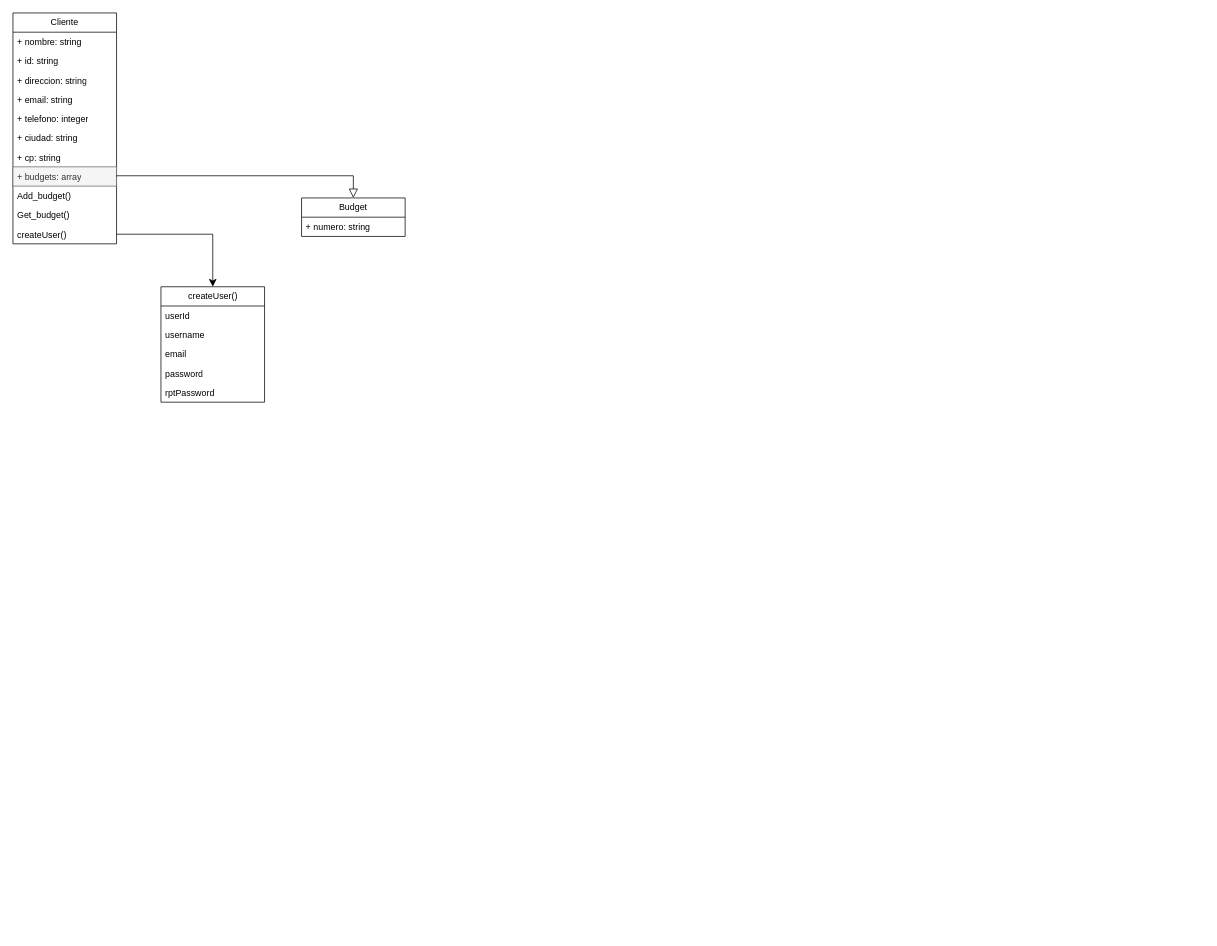
Above: diagrams/Class_diagram.drawio in davidcastagnetoa/ReformBudget (draw.io), before the change. Source tidied: cells renumbered, new cells numbered last; positions are measured from the earlier drawing's top-left corner, leaving out a move shared by most shapes. Both pictures are drawn from the tidied source at 74%, with x=0, y=0 at pixel (13, 13).
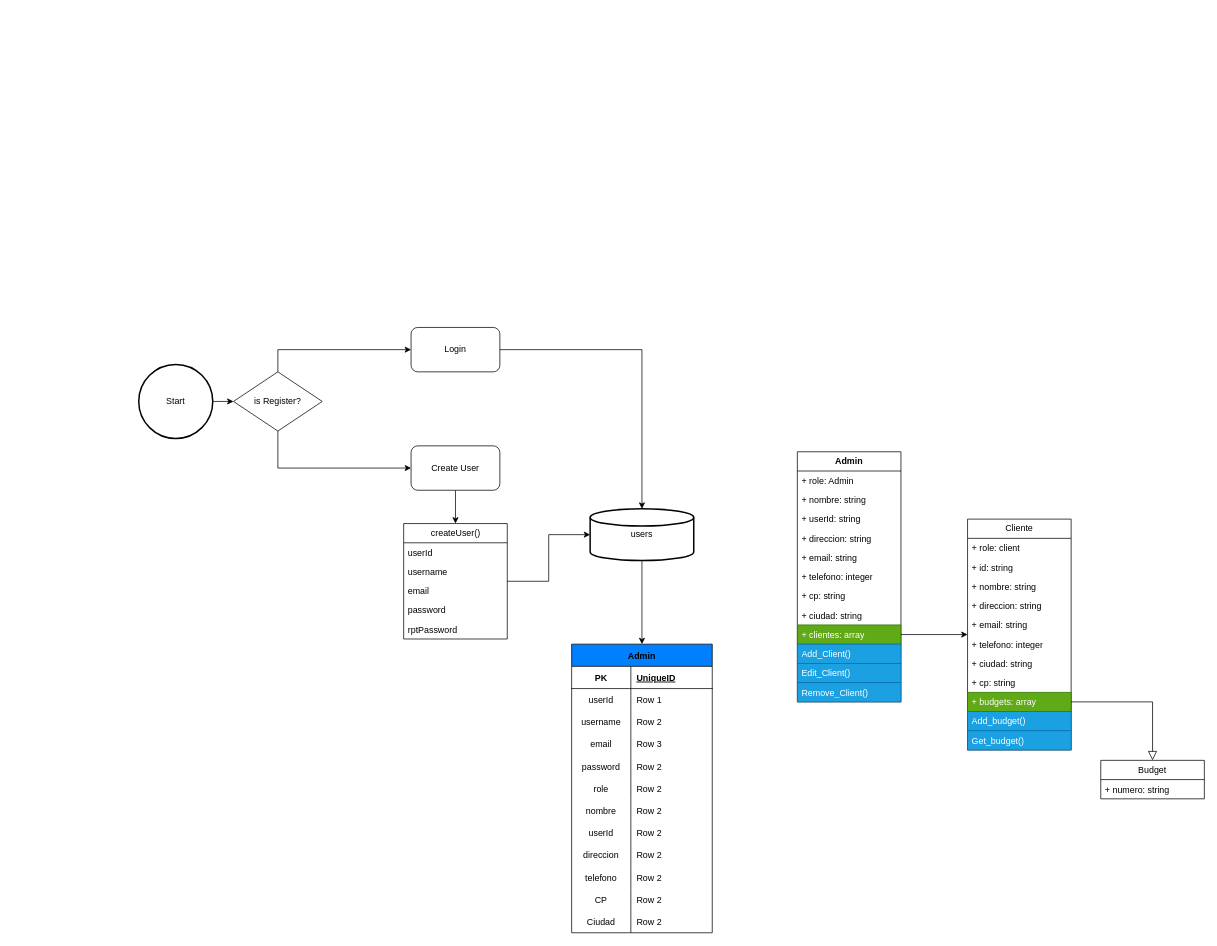
The same page after the edit.

Commit message:
Diagram class upgrade

Change to the diagram source:
```diff
@@
     <mxCell id="2" value="Cliente" style="swimlane;fontStyle=0;horizontal=1;startSize=26;fillColor=none;whiteSpace=wrap;html=1;" parent="1" vertex="1">
-      <mxGeometry width="140" height="312" as="geometry" />
+      <mxGeometry x="1290" y="684" width="140" height="312" as="geometry" />
     </mxCell>
+    <mxCell id="24" value="+ role: client" style="text;strokeColor=none;fillColor=none;align=left;verticalAlign=top;spacingLeft=4;spacingRight=4;overflow=hidden;whiteSpace=wrap;html=1;" parent="2" vertex="1">
+      <mxGeometry y="26" width="140" height="26" as="geometry" />
+    </mxCell>
+    <mxCell id="4" value="+ id: string" style="text;strokeColor=none;fillColor=none;align=left;verticalAlign=top;spacingLeft=4;spacingRight=4;overflow=hidden;whiteSpace=wrap;html=1;" parent="2" vertex="1">
+      <mxGeometry y="52" width="140" height="26" as="geometry" />
+    </mxCell>
     <mxCell id="3" value="+ nombre: string" style="text;strokeColor=none;fillColor=none;align=left;verticalAlign=top;spacingLeft=4;spacingRight=4;overflow=hidden;whiteSpace=wrap;html=1;" parent="2" vertex="1">
-      <mxGeometry y="26" width="140" height="26" as="geometry" />
+      <mxGeometry y="78" width="140" height="26" as="geometry" />
     </mxCell>
-    <mxCell id="4" value="+ id: string" style="text;strokeColor=none;fillColor=none;align=left;verticalAlign=top;spacingLeft=4;spacingRight=4;overflow=hidden;whiteSpace=wrap;html=1;" parent="2" vertex="1">
-      <mxGeometry y="52" width="140" height="26" as="geometry" />
-    </mxCell>
     <mxCell id="5" value="+ direccion: string" style="text;strokeColor=none;fillColor=none;align=left;verticalAlign=top;spacingLeft=4;spacingRight=4;overflow=hidden;whiteSpace=wrap;html=1;" parent="2" vertex="1">
-      <mxGeometry y="78" width="140" height="26" as="geometry" />
+      <mxGeometry y="104" width="140" height="26" as="geometry" />
     </mxCell>
     <mxCell id="6" value="+ email: string" style="text;strokeColor=none;fillColor=none;align=left;verticalAlign=top;spacingLeft=4;spacingRight=4;overflow=hidden;whiteSpace=wrap;html=1;" parent="2" vertex="1">
-      <mxGeometry y="104" width="140" height="26" as="geometry" />
+      <mxGeometry y="130" width="140" height="26" as="geometry" />
     </mxCell>
     <mxCell id="7" value="+ telefono: integer" style="text;strokeColor=none;fillColor=none;align=left;verticalAlign=top;spacingLeft=4;spacingRight=4;overflow=hidden;whiteSpace=wrap;html=1;" parent="2" vertex="1">
-      <mxGeometry y="130" width="140" height="26" as="geometry" />
+      <mxGeometry y="156" width="140" height="26" as="geometry" />
     </mxCell>
     <mxCell id="8" value="+ ciudad: string" style="text;strokeColor=none;fillColor=none;align=left;verticalAlign=top;spacingLeft=4;spacingRight=4;overflow=hidden;whiteSpace=wrap;html=1;" parent="2" vertex="1">
-      <mxGeometry y="156" width="140" height="26" as="geometry" />
+      <mxGeometry y="182" width="140" height="26" as="geometry" />
     </mxCell>
     <mxCell id="9" value="+ cp: string" style="text;strokeColor=none;fillColor=none;align=left;verticalAlign=top;spacingLeft=4;spacingRight=4;overflow=hidden;whiteSpace=wrap;html=1;" parent="2" vertex="1">
-      <mxGeometry y="182" width="140" height="26" as="geometry" />
+      <mxGeometry y="208" width="140" height="26" as="geometry" />
     </mxCell>
-    <mxCell id="10" value="+ budgets: array" style="text;align=left;verticalAlign=top;spacingLeft=4;spacingRight=4;overflow=hidden;points=[[0,0.5],[1,0.5]];portConstraint=eastwest;whiteSpace=wrap;html=1;fillColor=#f5f5f5;strokeColor=#666666;fontColor=#333333;" parent="2" vertex="1">
-      <mxGeometry y="208" width="140" height="26" as="geometry" />
+    <mxCell id="10" value="+ budgets: array" style="text;align=left;verticalAlign=top;spacingLeft=4;spacingRight=4;overflow=hidden;points=[[0,0.5],[1,0.5]];portConstraint=eastwest;whiteSpace=wrap;html=1;fillColor=#60a917;fontColor=#ffffff;strokeColor=#2D7600;" parent="2" vertex="1">
+      <mxGeometry y="234" width="140" height="26" as="geometry" />
     </mxCell>
-    <mxCell id="11" value="Add_budget()" style="text;align=left;verticalAlign=top;spacingLeft=4;spacingRight=4;overflow=hidden;whiteSpace=wrap;html=1;" parent="2" vertex="1">
-      <mxGeometry y="234" width="140" height="26" as="geometry" />
+    <mxCell id="11" value="Add_budget()" style="text;align=left;verticalAlign=top;spacingLeft=4;spacingRight=4;overflow=hidden;whiteSpace=wrap;html=1;fillColor=#1ba1e2;fontColor=#ffffff;strokeColor=#006EAF;" parent="2" vertex="1">
+      <mxGeometry y="260" width="140" height="26" as="geometry" />
     </mxCell>
-    <mxCell id="12" value="Get_budget()" style="text;align=left;verticalAlign=top;spacingLeft=4;spacingRight=4;overflow=hidden;whiteSpace=wrap;html=1;" parent="2" vertex="1">
-      <mxGeometry y="260" width="140" height="26" as="geometry" />
+    <mxCell id="12" value="Get_budget()" style="text;align=left;verticalAlign=top;spacingLeft=4;spacingRight=4;overflow=hidden;whiteSpace=wrap;html=1;fillColor=#1ba1e2;fontColor=#ffffff;strokeColor=#006EAF;" parent="2" vertex="1">
+      <mxGeometry y="286" width="140" height="26" as="geometry" />
     </mxCell>
-    <mxCell id="13" value="&lt;span style=&quot;text-align: center;&quot;&gt;createUser()&lt;/span&gt;" style="text;align=left;verticalAlign=top;spacingLeft=4;spacingRight=4;overflow=hidden;points=[[0,0.5],[1,0.5]];portConstraint=eastwest;whiteSpace=wrap;html=1;" parent="2" vertex="1">
-      <mxGeometry y="286" width="140" height="26" as="geometry" />
-    </mxCell>
     <mxCell id="14" value="Budget" style="swimlane;fontStyle=0;horizontal=1;startSize=26;fillColor=none;whiteSpace=wrap;html=1;" parent="1" vertex="1">
-      <mxGeometry x="390" y="250" width="140" height="52" as="geometry" />
+      <mxGeometry x="1470" y="1010" width="140" height="52" as="geometry" />
     </mxCell>
@@
-    <mxCell id="16" style="endArrow=block;endSize=10;endFill=0;shadow=0;strokeWidth=1;rounded=0;edgeStyle=elbowEdgeStyle;elbow=vertical;exitX=1;exitY=0.5;exitDx=0;exitDy=0;entryX=0.5;entryY=0;entryDx=0;entryDy=0;" parent="1" edge="1" source="10" target="14">
-      <mxGeometry relative="1" as="geometry">
-        <Array as="points">
-          <mxPoint x="310" y="220" />
-        </Array>
-      </mxGeometry>
+    <mxCell id="16" style="endArrow=block;endSize=10;endFill=0;shadow=0;strokeWidth=1;rounded=0;edgeStyle=orthogonalEdgeStyle;elbow=vertical;exitX=1;exitY=0.5;exitDx=0;exitDy=0;entryX=0.5;entryY=0;entryDx=0;entryDy=0;" parent="1" edge="1" source="10" target="14">
+      <mxGeometry relative="1" as="geometry" />
     </mxCell>
+    <mxCell id="25" style="edgeStyle=orthogonalEdgeStyle;rounded=0;html=1;entryX=0;entryY=0.5;entryDx=0;entryDy=0;entryPerimeter=0;" parent="1" edge="1" source="17" target="27">
+      <mxGeometry relative="1" as="geometry" />
+    </mxCell>
     <mxCell id="17" value="createUser()" style="swimlane;fontStyle=0;horizontal=1;startSize=26;fillColor=none;html=1;" parent="1" vertex="1">
-      <mxGeometry x="200" y="370" width="140" height="156" as="geometry" />
+      <mxGeometry x="528" y="690" width="140" height="156" as="geometry" />
     </mxCell>
@@
-    <mxCell id="23" style="edgeStyle=segmentEdgeStyle;endArrow=classic;html=1;curved=0;rounded=0;endSize=8;startSize=8;exitX=1;exitY=0.5;exitDx=0;exitDy=0;entryX=0.5;entryY=0;entryDx=0;entryDy=0;" parent="1" edge="1" source="13" target="17">
-      <mxGeometry relative="1" as="geometry" />
-    </mxCell>
+    <mxCell id="26" style="edgeStyle=orthogonalEdgeStyle;rounded=0;html=1;" parent="1" edge="1" source="27" target="41">
+      <mxGeometry relative="1" as="geometry" />
+    </mxCell>
+    <mxCell id="27" value="users" style="strokeWidth=2;html=1;shape=mxgraph.flowchart.database;whiteSpace=wrap;" parent="1" vertex="1">
+      <mxGeometry x="780" y="670" width="140" height="70" as="geometry" />
+    </mxCell>
+    <mxCell id="28" value="&lt;span style=&quot;font-weight: 700;&quot;&gt;Admin&lt;/span&gt;" style="swimlane;fontStyle=0;horizontal=1;startSize=26;fillColor=none;whiteSpace=wrap;html=1;" parent="1" vertex="1">
+      <mxGeometry x="1060" y="593" width="140" height="338" as="geometry" />
+    </mxCell>
+    <mxCell id="29" value="+ role: Admin" style="text;strokeColor=none;fillColor=none;align=left;verticalAlign=top;spacingLeft=4;spacingRight=4;overflow=hidden;whiteSpace=wrap;html=1;" parent="28" vertex="1">
+      <mxGeometry y="26" width="140" height="26" as="geometry" />
+    </mxCell>
+    <mxCell id="30" value="+ nombre: string" style="text;strokeColor=none;fillColor=none;align=left;verticalAlign=top;spacingLeft=4;spacingRight=4;overflow=hidden;whiteSpace=wrap;html=1;" parent="28" vertex="1">
+      <mxGeometry y="52" width="140" height="26" as="geometry" />
+    </mxCell>
+    <mxCell id="31" value="+ userId: string" style="text;strokeColor=none;fillColor=none;align=left;verticalAlign=top;spacingLeft=4;spacingRight=4;overflow=hidden;whiteSpace=wrap;html=1;" parent="28" vertex="1">
+      <mxGeometry y="78" width="140" height="26" as="geometry" />
+    </mxCell>
+    <mxCell id="32" value="+ direccion: string" style="text;strokeColor=none;fillColor=none;align=left;verticalAlign=top;spacingLeft=4;spacingRight=4;overflow=hidden;whiteSpace=wrap;html=1;" parent="28" vertex="1">
+      <mxGeometry y="104" width="140" height="26" as="geometry" />
+    </mxCell>
+    <mxCell id="33" value="+ email: string" style="text;strokeColor=none;fillColor=none;align=left;verticalAlign=top;spacingLeft=4;spacingRight=4;overflow=hidden;whiteSpace=wrap;html=1;" parent="28" vertex="1">
+      <mxGeometry y="130" width="140" height="26" as="geometry" />
+    </mxCell>
+    <mxCell id="34" value="+ telefono: integer" style="text;strokeColor=none;fillColor=none;align=left;verticalAlign=top;spacingLeft=4;spacingRight=4;overflow=hidden;whiteSpace=wrap;html=1;" parent="28" vertex="1">
+      <mxGeometry y="156" width="140" height="26" as="geometry" />
+    </mxCell>
+    <mxCell id="35" value="+ cp: string" style="text;strokeColor=none;fillColor=none;align=left;verticalAlign=top;spacingLeft=4;spacingRight=4;overflow=hidden;whiteSpace=wrap;html=1;" parent="28" vertex="1">
+      <mxGeometry y="182" width="140" height="26" as="geometry" />
+    </mxCell>
+    <mxCell id="36" value="+ ciudad: string" style="text;strokeColor=none;fillColor=none;align=left;verticalAlign=top;spacingLeft=4;spacingRight=4;overflow=hidden;whiteSpace=wrap;html=1;" parent="28" vertex="1">
+      <mxGeometry y="208" width="140" height="26" as="geometry" />
+    </mxCell>
+    <mxCell id="37" value="+ clientes: array" style="text;strokeColor=#2D7600;fillColor=#60a917;align=left;verticalAlign=top;spacingLeft=4;spacingRight=4;overflow=hidden;points=[[0,0.5],[1,0.5]];portConstraint=eastwest;whiteSpace=wrap;html=1;fontColor=#ffffff;" parent="28" vertex="1">
+      <mxGeometry y="234" width="140" height="26" as="geometry" />
+    </mxCell>
+    <mxCell id="38" value="Add_Client()" style="text;align=left;verticalAlign=top;spacingLeft=4;spacingRight=4;overflow=hidden;whiteSpace=wrap;html=1;fillColor=#1ba1e2;fontColor=#ffffff;strokeColor=#006EAF;" parent="28" vertex="1">
+      <mxGeometry y="260" width="140" height="26" as="geometry" />
+    </mxCell>
+    <mxCell id="39" value="Edit_Client()" style="text;align=left;verticalAlign=top;spacingLeft=4;spacingRight=4;overflow=hidden;whiteSpace=wrap;html=1;fillColor=#1ba1e2;fontColor=#ffffff;strokeColor=#006EAF;" parent="28" vertex="1">
+      <mxGeometry y="286" width="140" height="26" as="geometry" />
+    </mxCell>
+    <mxCell id="40" value="Remove_Client()" style="text;align=left;verticalAlign=top;spacingLeft=4;spacingRight=4;overflow=hidden;whiteSpace=wrap;html=1;fillColor=#1ba1e2;fontColor=#ffffff;strokeColor=#006EAF;" parent="28" vertex="1">
+      <mxGeometry y="312" width="140" height="26" as="geometry" />
+    </mxCell>
+    <mxCell id="41" value="Admin" style="shape=table;startSize=30;childLayout=tableLayout;rowLines=0;fontStyle=1;align=center;fillColor=#007fff;columnLines=1;" parent="1" vertex="1">
+      <mxGeometry x="755" y="853" width="190" height="390" as="geometry" />
+    </mxCell>
+    <mxCell id="42" style="shape=tableRow;horizontal=0;startSize=0;swimlaneHead=0;swimlaneBody=0;fillColor=none;top=0;left=0;right=0;bottom=1;" parent="41" vertex="1">
+      <mxGeometry y="30" width="190" height="30" as="geometry" />
+    </mxCell>
+    <mxCell id="43" value="PK" style="shape=partialRectangle;fillColor=none;top=0;left=0;bottom=0;right=0;fontStyle=1;overflow=hidden;" parent="42" vertex="1">
+      <mxGeometry width="80" height="30" as="geometry" />
+    </mxCell>
+    <mxCell id="44" value="UniqueID" style="shape=partialRectangle;fillColor=none;top=0;left=0;bottom=0;right=0;align=left;spacingLeft=6;fontStyle=5;overflow=hidden;" parent="42" vertex="1">
+      <mxGeometry x="80" width="110" height="30" as="geometry" />
+    </mxCell>
+    <mxCell id="45" style="shape=tableRow;horizontal=0;startSize=0;swimlaneHead=0;swimlaneBody=0;fillColor=none;top=0;left=0;right=0;bottom=0;" parent="41" vertex="1">
+      <mxGeometry y="60" width="190" height="30" as="geometry" />
+    </mxCell>
+    <mxCell id="46" value="userId" style="shape=partialRectangle;fillColor=none;top=0;left=0;bottom=0;right=0;overflow=hidden;" parent="45" vertex="1">
+      <mxGeometry width="80" height="30" as="geometry" />
+    </mxCell>
+    <mxCell id="47" value="Row 1" style="shape=partialRectangle;fillColor=none;top=0;left=0;bottom=0;right=0;align=left;spacingLeft=6;overflow=hidden;" parent="45" vertex="1">
+      <mxGeometry x="80" width="110" height="30" as="geometry" />
+    </mxCell>
+    <mxCell id="48" style="shape=tableRow;horizontal=0;startSize=0;swimlaneHead=0;swimlaneBody=0;fillColor=none;top=0;left=0;right=0;bottom=0;" parent="41" vertex="1">
+      <mxGeometry y="90" width="190" height="30" as="geometry" />
+    </mxCell>
+    <mxCell id="49" value="username" style="shape=partialRectangle;fillColor=none;top=0;left=0;bottom=0;right=0;overflow=hidden;" parent="48" vertex="1">
+      <mxGeometry width="80" height="30" as="geometry" />
+    </mxCell>
+    <mxCell id="50" value="Row 2" style="shape=partialRectangle;fillColor=none;top=0;left=0;bottom=0;right=0;align=left;spacingLeft=6;overflow=hidden;" parent="48" vertex="1">
+      <mxGeometry x="80" width="110" height="30" as="geometry" />
+    </mxCell>
+    <mxCell id="51" style="shape=tableRow;horizontal=0;startSize=0;swimlaneHead=0;swimlaneBody=0;fillColor=none;top=0;left=0;right=0;bottom=0;" parent="41" vertex="1">
+      <mxGeometry y="120" width="190" height="30" as="geometry" />
+    </mxCell>
+    <mxCell id="52" value="email" style="shape=partialRectangle;fillColor=none;top=0;left=0;bottom=0;right=0;overflow=hidden;" parent="51" vertex="1">
+      <mxGeometry width="80" height="30" as="geometry" />
+    </mxCell>
+    <mxCell id="53" value="Row 3" style="shape=partialRectangle;fillColor=none;top=0;left=0;bottom=0;right=0;align=left;spacingLeft=6;overflow=hidden;" parent="51" vertex="1">
+      <mxGeometry x="80" width="110" height="30" as="geometry" />
+    </mxCell>
+    <mxCell id="54" style="shape=tableRow;horizontal=0;startSize=0;swimlaneHead=0;swimlaneBody=0;fillColor=none;top=0;left=0;right=0;bottom=0;" parent="41" vertex="1">
+      <mxGeometry y="150" width="190" height="30" as="geometry" />
+    </mxCell>
+    <mxCell id="55" value="password" style="shape=partialRectangle;fillColor=none;top=0;left=0;bottom=0;right=0;overflow=hidden;" parent="54" vertex="1">
+      <mxGeometry width="80" height="30" as="geometry" />
+    </mxCell>
+    <mxCell id="56" value="Row 2" style="shape=partialRectangle;fillColor=none;top=0;left=0;bottom=0;right=0;align=left;spacingLeft=6;overflow=hidden;" parent="54" vertex="1">
+      <mxGeometry x="80" width="110" height="30" as="geometry" />
+    </mxCell>
+    <mxCell id="57" style="shape=tableRow;horizontal=0;startSize=0;swimlaneHead=0;swimlaneBody=0;fillColor=none;top=0;left=0;right=0;bottom=0;" parent="41" vertex="1">
+      <mxGeometry y="180" width="190" height="30" as="geometry" />
+    </mxCell>
+    <mxCell id="58" value="role" style="shape=partialRectangle;fillColor=none;top=0;left=0;bottom=0;right=0;overflow=hidden;" parent="57" vertex="1">
+      <mxGeometry width="80" height="30" as="geometry" />
+    </mxCell>
+    <mxCell id="59" value="Row 2" style="shape=partialRectangle;fillColor=none;top=0;left=0;bottom=0;right=0;align=left;spacingLeft=6;overflow=hidden;" parent="57" vertex="1">
+      <mxGeometry x="80" width="110" height="30" as="geometry" />
+    </mxCell>
+    <mxCell id="60" style="shape=tableRow;horizontal=0;startSize=0;swimlaneHead=0;swimlaneBody=0;fillColor=none;top=0;left=0;right=0;bottom=0;" parent="41" vertex="1">
+      <mxGeometry y="210" width="190" height="30" as="geometry" />
+    </mxCell>
+    <mxCell id="61" value="nombre" style="shape=partialRectangle;fillColor=none;top=0;left=0;bottom=0;right=0;overflow=hidden;" parent="60" vertex="1">
+      <mxGeometry width="80" height="30" as="geometry" />
+    </mxCell>
+    <mxCell id="62" value="Row 2" style="shape=partialRectangle;fillColor=none;top=0;left=0;bottom=0;right=0;align=left;spacingLeft=6;overflow=hidden;" parent="60" vertex="1">
+      <mxGeometry x="80" width="110" height="30" as="geometry" />
+    </mxCell>
+    <mxCell id="63" style="shape=tableRow;horizontal=0;startSize=0;swimlaneHead=0;swimlaneBody=0;fillColor=none;top=0;left=0;right=0;bottom=0;" parent="41" vertex="1">
+      <mxGeometry y="240" width="190" height="30" as="geometry" />
+    </mxCell>
+    <mxCell id="64" value="userId" style="shape=partialRectangle;fillColor=none;top=0;left=0;bottom=0;right=0;overflow=hidden;" parent="63" vertex="1">
+      <mxGeometry width="80" height="30" as="geometry" />
+    </mxCell>
+    <mxCell id="65" value="Row 2" style="shape=partialRectangle;fillColor=none;top=0;left=0;bottom=0;right=0;align=left;spacingLeft=6;overflow=hidden;" parent="63" vertex="1">
+      <mxGeometry x="80" width="110" height="30" as="geometry" />
+    </mxCell>
+    <mxCell id="66" style="shape=tableRow;horizontal=0;startSize=0;swimlaneHead=0;swimlaneBody=0;fillColor=none;top=0;left=0;right=0;bottom=0;" parent="41" vertex="1">
+      <mxGeometry y="270" width="190" height="30" as="geometry" />
+    </mxCell>
+    <mxCell id="67" value="direccion" style="shape=partialRectangle;fillColor=none;top=0;left=0;bottom=0;right=0;overflow=hidden;" parent="66" vertex="1">
+      <mxGeometry width="80" height="30" as="geometry" />
+    </mxCell>
+    <mxCell id="68" value="Row 2" style="shape=partialRectangle;fillColor=none;top=0;left=0;bottom=0;right=0;align=left;spacingLeft=6;overflow=hidden;" parent="66" vertex="1">
+      <mxGeometry x="80" width="110" height="30" as="geometry" />
+    </mxCell>
+    <mxCell id="69" style="shape=tableRow;horizontal=0;startSize=0;swimlaneHead=0;swimlaneBody=0;fillColor=none;top=0;left=0;right=0;bottom=0;" parent="41" vertex="1">
+      <mxGeometry y="300" width="190" height="30" as="geometry" />
+    </mxCell>
+    <mxCell id="70" value="telefono" style="shape=partialRectangle;fillColor=none;top=0;left=0;bottom=0;right=0;overflow=hidden;" parent="69" vertex="1">
+      <mxGeometry width="80" height="30" as="geometry" />
+    </mxCell>
+    <mxCell id="71" value="Row 2" style="shape=partialRectangle;fillColor=none;top=0;left=0;bottom=0;right=0;align=left;spacingLeft=6;overflow=hidden;" parent="69" vertex="1">
+      <mxGeometry x="80" width="110" height="30" as="geometry" />
+    </mxCell>
+    <mxCell id="72" style="shape=tableRow;horizontal=0;startSize=0;swimlaneHead=0;swimlaneBody=0;fillColor=none;top=0;left=0;right=0;bottom=0;" parent="41" vertex="1">
+      <mxGeometry y="330" width="190" height="30" as="geometry" />
+    </mxCell>
+    <mxCell id="73" value="CP" style="shape=partialRectangle;fillColor=none;top=0;left=0;bottom=0;right=0;overflow=hidden;" parent="72" vertex="1">
+      <mxGeometry width="80" height="30" as="geometry" />
+    </mxCell>
+    <mxCell id="74" value="Row 2" style="shape=partialRectangle;fillColor=none;top=0;left=0;bottom=0;right=0;align=left;spacingLeft=6;overflow=hidden;" parent="72" vertex="1">
+      <mxGeometry x="80" width="110" height="30" as="geometry" />
+    </mxCell>
+    <mxCell id="75" style="shape=tableRow;horizontal=0;startSize=0;swimlaneHead=0;swimlaneBody=0;fillColor=none;top=0;left=0;right=0;bottom=0;" parent="41" vertex="1">
+      <mxGeometry y="360" width="190" height="30" as="geometry" />
+    </mxCell>
+    <mxCell id="76" value="Ciudad" style="shape=partialRectangle;fillColor=none;top=0;left=0;bottom=0;right=0;overflow=hidden;" parent="75" vertex="1">
+      <mxGeometry width="80" height="30" as="geometry" />
+    </mxCell>
+    <mxCell id="77" value="Row 2" style="shape=partialRectangle;fillColor=none;top=0;left=0;bottom=0;right=0;align=left;spacingLeft=6;overflow=hidden;" parent="75" vertex="1">
+      <mxGeometry x="80" width="110" height="30" as="geometry" />
+    </mxCell>
+    <mxCell id="78" style="edgeStyle=orthogonalEdgeStyle;rounded=0;html=1;" parent="1" edge="1" source="79" target="87">
+      <mxGeometry relative="1" as="geometry" />
+    </mxCell>
+    <mxCell id="79" value="Start" style="strokeWidth=2;html=1;shape=mxgraph.flowchart.start_2;whiteSpace=wrap;" parent="1" vertex="1">
+      <mxGeometry x="170" y="475" width="100" height="100" as="geometry" />
+    </mxCell>
+    <mxCell id="80" style="edgeStyle=orthogonalEdgeStyle;rounded=0;html=1;exitX=1;exitY=0.5;exitDx=0;exitDy=0;entryX=0.5;entryY=0;entryDx=0;entryDy=0;entryPerimeter=0;" parent="1" edge="1" source="81" target="27">
+      <mxGeometry relative="1" as="geometry" />
+    </mxCell>
+    <mxCell id="81" value="Login" style="rounded=1;whiteSpace=wrap;html=1;" parent="1" vertex="1">
+      <mxGeometry x="538" y="425" width="120" height="60" as="geometry" />
+    </mxCell>
+    <mxCell id="82" style="edgeStyle=none;html=1;" parent="1" edge="1" source="83" target="17">
+      <mxGeometry relative="1" as="geometry" />
+    </mxCell>
+    <mxCell id="83" value="Create User" style="rounded=1;whiteSpace=wrap;html=1;" parent="1" vertex="1">
+      <mxGeometry x="538" y="585" width="120" height="60" as="geometry" />
+    </mxCell>
+    <mxCell id="84" style="edgeStyle=orthogonalEdgeStyle;rounded=0;html=1;exitX=1;exitY=0.5;exitDx=0;exitDy=0;" parent="1" edge="1" source="37" target="2">
+      <mxGeometry relative="1" as="geometry" />
+    </mxCell>
+    <mxCell id="85" style="edgeStyle=orthogonalEdgeStyle;rounded=0;html=1;entryX=0;entryY=0.5;entryDx=0;entryDy=0;" parent="1" edge="1" source="87" target="81">
+      <mxGeometry relative="1" as="geometry">
+        <Array as="points">
+          <mxPoint x="358" y="505" />
+        </Array>
+      </mxGeometry>
+    </mxCell>
+    <mxCell id="86" style="edgeStyle=orthogonalEdgeStyle;rounded=0;html=1;entryX=0;entryY=0.5;entryDx=0;entryDy=0;" parent="1" edge="1" source="87" target="83">
+      <mxGeometry relative="1" as="geometry">
+        <Array as="points">
+          <mxPoint x="358" y="615" />
+        </Array>
+      </mxGeometry>
+    </mxCell>
+    <mxCell id="87" value="is Register?" style="rhombus;whiteSpace=wrap;html=1;" parent="1" vertex="1">
+      <mxGeometry x="298" y="485" width="120" height="80" as="geometry" />
+    </mxCell>
```
